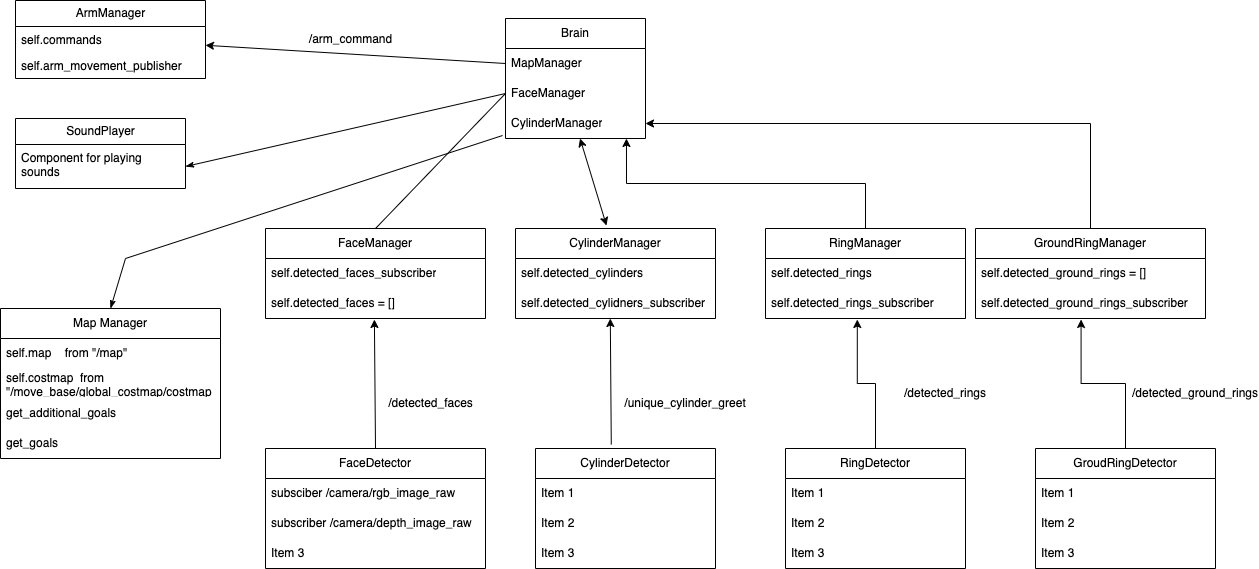
Above: docs/graph/graph.png in bl4ko/ROS (draw.io), before the change. Source tidied: cells renumbered, new cells last; positions are measured from the earlier drawing's top-left corner, leaving out a move shared by most shapes.
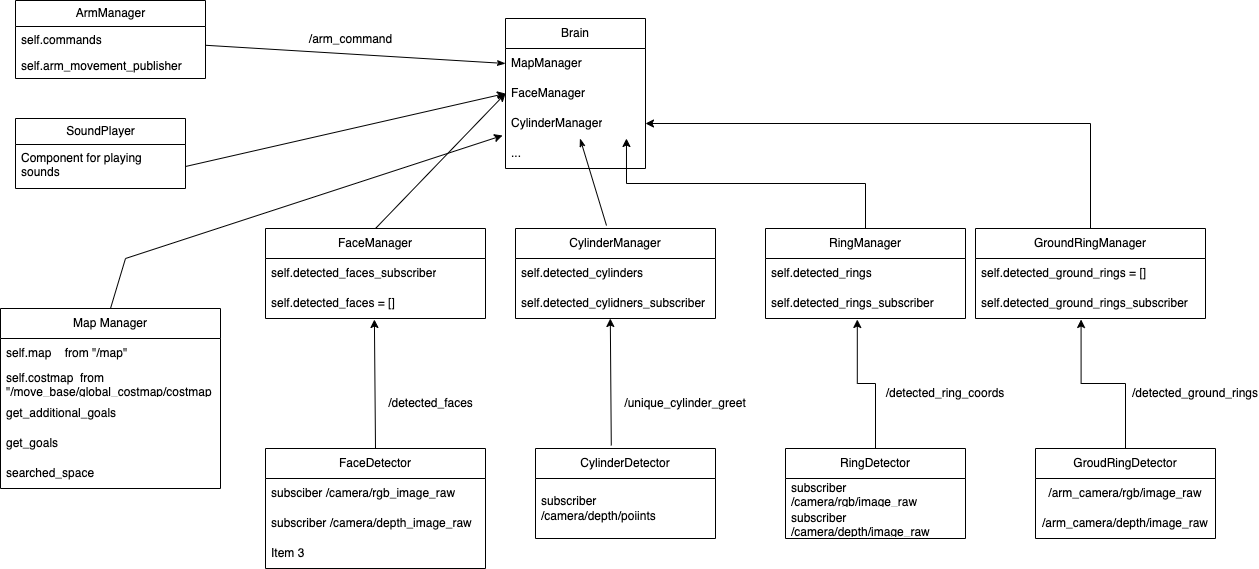
After the commit.

Change to the diagram source:
```diff
@@ -3,7 +3,7 @@
     <mxCell id="0" />
     <mxCell id="1" parent="0" />
     <mxCell id="2" value="Map Manager" style="swimlane;fontStyle=0;horizontal=1;startSize=30;whiteSpace=wrap;html=1;" parent="1" vertex="1">
-      <mxGeometry y="308" width="220" height="150" as="geometry" />
+      <mxGeometry y="308" width="220" height="180" as="geometry" />
     </mxCell>
     <mxCell id="3" value="self.map&amp;nbsp; &amp;nbsp; from &quot;/map&quot;" style="text;strokeColor=none;fillColor=none;align=left;verticalAlign=middle;spacingLeft=4;spacingRight=4;overflow=hidden;whiteSpace=wrap;html=1;" parent="2" vertex="1">
       <mxGeometry y="30" width="220" height="30" as="geometry" />
@@ -17,6 +17,9 @@
     <mxCell id="6" value="get_goals" style="text;strokeColor=none;fillColor=none;align=left;verticalAlign=middle;spacingLeft=4;spacingRight=4;overflow=hidden;whiteSpace=wrap;html=1;" parent="2" vertex="1">
       <mxGeometry y="120" width="220" height="30" as="geometry" />
     </mxCell>
+    <mxCell id="60" value="searched_space" style="text;strokeColor=none;fillColor=none;align=left;verticalAlign=middle;spacingLeft=4;spacingRight=4;overflow=hidden;whiteSpace=wrap;html=1;" parent="2" vertex="1">
+      <mxGeometry y="150" width="220" height="30" as="geometry" />
+    </mxCell>
     <mxCell id="7" value="FaceManager" style="swimlane;fontStyle=0;horizontal=1;startSize=30;whiteSpace=wrap;html=1;" parent="1" vertex="1">
       <mxGeometry x="265" y="228" width="220" height="90" as="geometry" />
     </mxCell>
@@ -26,7 +29,7 @@
     <mxCell id="9" value="self.detected_faces = []" style="text;strokeColor=none;fillColor=none;align=left;verticalAlign=middle;spacingLeft=4;spacingRight=4;overflow=hidden;points=[[0,0.5],[1,0.5]];portConstraint=eastwest;whiteSpace=wrap;html=1;" parent="7" vertex="1">
       <mxGeometry y="60" width="220" height="30" as="geometry" />
     </mxCell>
-    <mxCell id="10" style="endArrow=none;html=1;rounded=0;exitX=0.5;exitY=0;exitDx=0;exitDy=0;entryX=-0.021;entryY=0.9;entryDx=0;entryDy=0;endFill=0;startArrow=classicThin;startFill=1;entryPerimeter=0;" parent="1" edge="1" source="2" target="14">
+    <mxCell id="10" style="endArrow=classic;html=1;rounded=0;exitX=0.5;exitY=0;exitDx=0;exitDy=0;entryX=-0.021;entryY=0.9;entryDx=0;entryDy=0;endFill=1;startArrow=none;startFill=0;entryPerimeter=0;" parent="1" edge="1" source="2" target="14">
       <mxGeometry relative="1" as="geometry">
         <Array as="points">
           <mxPoint x="125" y="258" />
@@ -34,7 +37,7 @@
       </mxGeometry>
     </mxCell>
     <mxCell id="11" value="Brain" style="swimlane;fontStyle=0;horizontal=1;startSize=30;whiteSpace=wrap;html=1;" parent="1" vertex="1">
-      <mxGeometry x="505" y="18" width="140" height="120" as="geometry" />
+      <mxGeometry x="505" y="18" width="140" height="150" as="geometry" />
     </mxCell>
     <mxCell id="12" value="MapManager" style="text;strokeColor=none;fillColor=none;align=left;verticalAlign=middle;spacingLeft=4;spacingRight=4;overflow=hidden;points=[[0,0.5],[1,0.5]];portConstraint=eastwest;whiteSpace=wrap;html=1;" parent="11" vertex="1">
       <mxGeometry y="30" width="140" height="30" as="geometry" />
@@ -45,6 +48,9 @@
     <mxCell id="14" value="CylinderManager" style="text;strokeColor=none;fillColor=none;align=left;verticalAlign=middle;spacingLeft=4;spacingRight=4;overflow=hidden;points=[[0,0.5],[1,0.5]];portConstraint=eastwest;whiteSpace=wrap;html=1;" parent="11" vertex="1">
       <mxGeometry y="90" width="140" height="30" as="geometry" />
     </mxCell>
+    <mxCell id="61" value="..." style="text;strokeColor=none;fillColor=none;align=left;verticalAlign=middle;spacingLeft=4;spacingRight=4;overflow=hidden;whiteSpace=wrap;html=1;" parent="11" vertex="1">
+      <mxGeometry y="120" width="140" height="30" as="geometry" />
+    </mxCell>
     <mxCell id="15" value="FaceDetector" style="swimlane;fontStyle=0;horizontal=1;startSize=30;whiteSpace=wrap;html=1;" parent="1" vertex="1">
       <mxGeometry x="265" y="448" width="220" height="120" as="geometry" />
     </mxCell>
@@ -63,7 +69,7 @@
     <mxCell id="20" value="/detected_faces" style="text;html=1;align=center;verticalAlign=middle;strokeColor=none;fillColor=none;" parent="1" vertex="1">
       <mxGeometry x="375" y="388" width="110" height="30" as="geometry" />
     </mxCell>
-    <mxCell id="21" style="endArrow=none;html=1;rounded=0;exitX=0.5;exitY=0;exitDx=0;exitDy=0;entryX=0;entryY=0.5;entryDx=0;entryDy=0;" parent="1" edge="1" source="7" target="13">
+    <mxCell id="21" style="endArrow=classic;html=1;rounded=0;exitX=0.5;exitY=0;exitDx=0;exitDy=0;entryX=0;entryY=0.5;entryDx=0;entryDy=0;startArrow=none;startFill=0;endFill=1;" parent="1" edge="1" source="7" target="13">
       <mxGeometry relative="1" as="geometry" />
     </mxCell>
     <mxCell id="22" value="CylinderManager" style="swimlane;fontStyle=0;horizontal=1;startSize=30;whiteSpace=wrap;html=1;" parent="1" vertex="1">
@@ -75,21 +81,15 @@
     <mxCell id="24" value="self.detected_cylidners_subscriber" style="text;strokeColor=none;fillColor=none;align=left;verticalAlign=middle;spacingLeft=4;spacingRight=4;overflow=hidden;points=[[0,0.5],[1,0.5]];portConstraint=eastwest;whiteSpace=wrap;html=1;" parent="22" vertex="1">
       <mxGeometry y="60" width="200" height="30" as="geometry" />
     </mxCell>
-    <mxCell id="25" style="endArrow=classic;startArrow=classic;html=1;rounded=0;entryX=0.455;entryY=-0.033;entryDx=0;entryDy=0;entryPerimeter=0;" parent="1" edge="1" source="14" target="22">
+    <mxCell id="25" style="endArrow=none;startArrow=classicThin;html=1;rounded=0;entryX=0.455;entryY=-0.033;entryDx=0;entryDy=0;entryPerimeter=0;endFill=0;startFill=1;" parent="1" edge="1" source="14" target="22">
       <mxGeometry relative="1" as="geometry" />
     </mxCell>
     <mxCell id="26" value="CylinderDetector" style="swimlane;fontStyle=0;horizontal=1;startSize=30;whiteSpace=wrap;html=1;" parent="1" vertex="1">
-      <mxGeometry x="535" y="448" width="180" height="120" as="geometry" />
+      <mxGeometry x="535" y="448" width="180" height="90" as="geometry" />
     </mxCell>
-    <mxCell id="27" value="Item 1" style="text;strokeColor=none;fillColor=none;align=left;verticalAlign=middle;spacingLeft=4;spacingRight=4;overflow=hidden;whiteSpace=wrap;html=1;" parent="26" vertex="1">
-      <mxGeometry y="30" width="180" height="30" as="geometry" />
+    <mxCell id="27" value="subscriber /camera/depth/poiints" style="text;strokeColor=none;fillColor=none;align=left;verticalAlign=middle;spacingLeft=4;spacingRight=4;overflow=hidden;whiteSpace=wrap;html=1;" parent="26" vertex="1">
+      <mxGeometry y="30" width="180" height="60" as="geometry" />
     </mxCell>
-    <mxCell id="28" value="Item 2" style="text;strokeColor=none;fillColor=none;align=left;verticalAlign=middle;spacingLeft=4;spacingRight=4;overflow=hidden;whiteSpace=wrap;html=1;" parent="26" vertex="1">
-      <mxGeometry y="60" width="180" height="30" as="geometry" />
-    </mxCell>
-    <mxCell id="29" value="Item 3" style="text;strokeColor=none;fillColor=none;align=left;verticalAlign=middle;spacingLeft=4;spacingRight=4;overflow=hidden;whiteSpace=wrap;html=1;" parent="26" vertex="1">
-      <mxGeometry y="90" width="180" height="30" as="geometry" />
-    </mxCell>
     <mxCell id="30" value="/unique_cylinder_greet" style="text;html=1;strokeColor=none;fillColor=none;align=center;verticalAlign=middle;whiteSpace=wrap;rounded=0;" parent="1" vertex="1">
       <mxGeometry x="655" y="388" width="60" height="30" as="geometry" />
     </mxCell>
@@ -109,18 +109,15 @@
       <mxGeometry relative="1" as="geometry" />
     </mxCell>
     <mxCell id="36" value="RingDetector" style="swimlane;fontStyle=0;horizontal=1;startSize=30;whiteSpace=wrap;html=1;" parent="1" vertex="1">
-      <mxGeometry x="785" y="448" width="180" height="120" as="geometry" />
+      <mxGeometry x="785" y="448" width="180" height="90" as="geometry" />
     </mxCell>
-    <mxCell id="37" value="Item 1" style="text;strokeColor=none;fillColor=none;align=left;verticalAlign=middle;spacingLeft=4;spacingRight=4;overflow=hidden;whiteSpace=wrap;html=1;" parent="36" vertex="1">
+    <mxCell id="37" value="subscriber /camera/rgb/image_raw" style="text;strokeColor=none;fillColor=none;align=left;verticalAlign=middle;spacingLeft=4;spacingRight=4;overflow=hidden;whiteSpace=wrap;html=1;" parent="36" vertex="1">
       <mxGeometry y="30" width="180" height="30" as="geometry" />
     </mxCell>
-    <mxCell id="38" value="Item 2" style="text;strokeColor=none;fillColor=none;align=left;verticalAlign=middle;spacingLeft=4;spacingRight=4;overflow=hidden;whiteSpace=wrap;html=1;" parent="36" vertex="1">
+    <mxCell id="38" value="subscriber /camera/depth/image_raw" style="text;strokeColor=none;fillColor=none;align=left;verticalAlign=middle;spacingLeft=4;spacingRight=4;overflow=hidden;whiteSpace=wrap;html=1;" parent="36" vertex="1">
       <mxGeometry y="60" width="180" height="30" as="geometry" />
     </mxCell>
-    <mxCell id="39" value="Item 3" style="text;strokeColor=none;fillColor=none;align=left;verticalAlign=middle;spacingLeft=4;spacingRight=4;overflow=hidden;whiteSpace=wrap;html=1;" parent="36" vertex="1">
-      <mxGeometry y="90" width="180" height="30" as="geometry" />
-    </mxCell>
-    <mxCell id="40" value="/detected_rings" style="text;html=1;strokeColor=none;fillColor=none;align=center;verticalAlign=middle;whiteSpace=wrap;rounded=0;" parent="1" vertex="1">
+    <mxCell id="40" value="/detected_ring_coords&lt;br&gt;" style="text;html=1;strokeColor=none;fillColor=none;align=center;verticalAlign=middle;whiteSpace=wrap;rounded=0;" parent="1" vertex="1">
       <mxGeometry x="915" y="378" width="60" height="30" as="geometry" />
     </mxCell>
     <mxCell id="41" style="endArrow=classic;html=1;rounded=0;exitX=0.421;exitY=-0.033;exitDx=0;exitDy=0;exitPerimeter=0;entryX=0.474;entryY=1;entryDx=0;entryDy=0;entryPerimeter=0;" parent="1" edge="1" source="26" target="24">
@@ -142,21 +139,18 @@
       <mxGeometry relative="1" as="geometry" />
     </mxCell>
     <mxCell id="47" value="GroudRingDetector" style="swimlane;fontStyle=0;horizontal=1;startSize=30;whiteSpace=wrap;html=1;" parent="1" vertex="1">
-      <mxGeometry x="1035" y="448" width="180" height="120" as="geometry" />
+      <mxGeometry x="1035" y="448" width="180" height="90" as="geometry" />
     </mxCell>
-    <mxCell id="48" value="Item 1" style="text;strokeColor=none;fillColor=none;align=left;verticalAlign=middle;spacingLeft=4;spacingRight=4;overflow=hidden;whiteSpace=wrap;html=1;" parent="47" vertex="1">
-      <mxGeometry y="30" width="180" height="30" as="geometry" />
-    </mxCell>
-    <mxCell id="49" value="Item 2" style="text;strokeColor=none;fillColor=none;align=left;verticalAlign=middle;spacingLeft=4;spacingRight=4;overflow=hidden;whiteSpace=wrap;html=1;" parent="47" vertex="1">
-      <mxGeometry y="60" width="180" height="30" as="geometry" />
-    </mxCell>
-    <mxCell id="50" value="Item 3" style="text;strokeColor=none;fillColor=none;align=left;verticalAlign=middle;spacingLeft=4;spacingRight=4;overflow=hidden;whiteSpace=wrap;html=1;" parent="47" vertex="1">
-      <mxGeometry y="90" width="180" height="30" as="geometry" />
-    </mxCell>
+    <mxCell id="62" value="/arm_camera/rgb/image_raw" style="text;html=1;strokeColor=none;fillColor=none;align=center;verticalAlign=middle;whiteSpace=wrap;rounded=0;" parent="47" vertex="1">
+      <mxGeometry y="30" width="180" height="30" as="geometry" />
+    </mxCell>
+    <mxCell id="63" value="/arm_camera/depth/image_raw" style="text;html=1;strokeColor=none;fillColor=none;align=center;verticalAlign=middle;whiteSpace=wrap;rounded=0;" parent="47" vertex="1">
+      <mxGeometry y="60" width="180" height="30" as="geometry" />
+    </mxCell>
     <mxCell id="51" value="/detected_ground_rings" style="text;html=1;strokeColor=none;fillColor=none;align=center;verticalAlign=middle;whiteSpace=wrap;rounded=0;" parent="1" vertex="1">
       <mxGeometry x="1165" y="378" width="60" height="30" as="geometry" />
     </mxCell>
-    <mxCell id="52" style="edgeStyle=none;html=1;exitX=0;exitY=0.5;exitDx=0;exitDy=0;" parent="1" edge="1" source="12" target="53">
+    <mxCell id="52" style="edgeStyle=none;html=1;exitX=0;exitY=0.5;exitDx=0;exitDy=0;endArrow=none;endFill=0;startArrow=classicThin;startFill=1;" parent="1" edge="1" source="12" target="53">
       <mxGeometry relative="1" as="geometry" />
     </mxCell>
     <mxCell id="53" value="ArmManager" style="swimlane;fontStyle=0;horizontal=1;startSize=26;fillColor=none;html=1;" parent="1" vertex="1">
@@ -177,7 +171,7 @@
     <mxCell id="58" value="Component for playing sounds" style="text;strokeColor=none;fillColor=none;align=left;verticalAlign=top;spacingLeft=4;spacingRight=4;overflow=hidden;points=[[0,0.5],[1,0.5]];portConstraint=eastwest;whiteSpace=wrap;html=1;" parent="57" vertex="1">
       <mxGeometry y="26" width="170" height="44" as="geometry" />
     </mxCell>
-    <mxCell id="59" style="edgeStyle=none;html=1;exitX=1;exitY=0.5;exitDx=0;exitDy=0;entryX=0;entryY=0.5;entryDx=0;entryDy=0;startArrow=classicThin;startFill=1;endArrow=none;endFill=0;" parent="1" edge="1" source="58" target="13">
+    <mxCell id="59" style="edgeStyle=none;html=1;exitX=1;exitY=0.5;exitDx=0;exitDy=0;entryX=0;entryY=0.5;entryDx=0;entryDy=0;startArrow=none;startFill=0;endArrow=classic;endFill=1;" parent="1" edge="1" source="58" target="13">
       <mxGeometry relative="1" as="geometry" />
     </mxCell>
   </root>
```
